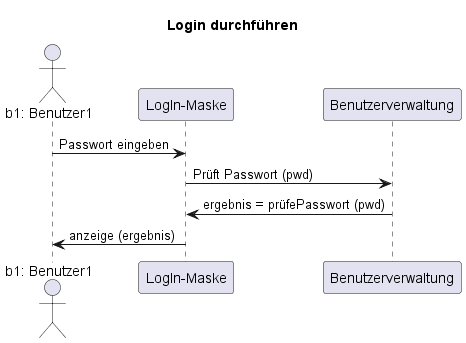
fischy93/UML_Hagenberg2024-2025 keeps this PlantUML diagram as out/Sequenzdiagramm/Sequenzdiagramm.png. Above is the earlier version. The source it was exported from:
```plantuml
@startuml

title "Login durchführen"

actor "b1: Benutzer1" as b1
participant "LogIn-Maske" as loginMask
participant "Benutzerverwaltung" as userManagement
b1 -> loginMask: Passwort eingeben
loginMask -> userManagement: Prüft Passwort (pwd)
userManagement -> loginMask : ergebnis = prüfePasswort (pwd)
loginMask -> b1 : anzeige (ergebnis)

@enduml
```
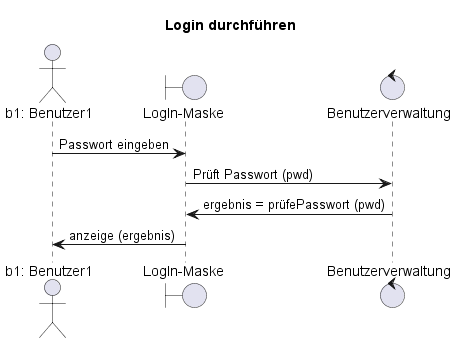
After the commit.

Commit message:
refactor: changed participant to the correct glyphs

What changed in the source:
```diff
@@ -3,8 +3,8 @@
 title "Login durchführen"
 
 actor "b1: Benutzer1" as b1
-participant "LogIn-Maske" as loginMask
-participant "Benutzerverwaltung" as userManagement
+boundary "LogIn-Maske" as loginMask
+control "Benutzerverwaltung" as userManagement
 b1 -> loginMask: Passwort eingeben
 loginMask -> userManagement: Prüft Passwort (pwd)
 userManagement -> loginMask : ergebnis = prüfePasswort (pwd)
```
